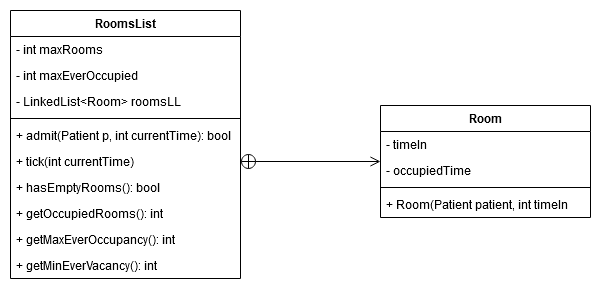
The draw.io diagram Docs/RoomList-UML.png in jack-mil/ER-Simulator, before a commit. Source tidied: cells renumbered, new cells last; positions are measured from the earlier drawing's top-left corner, leaving out a move shared by most shapes.
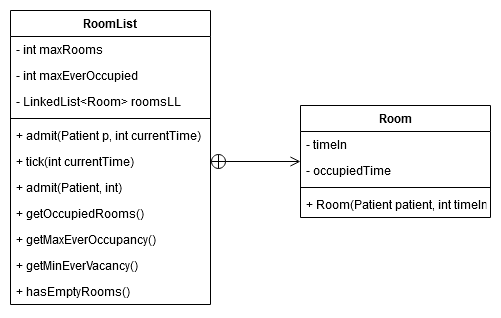
Later version of the same file.

Commit message:
fix UML typo

Change to the diagram source:
```diff
@@ -2,53 +2,56 @@
   <root>
     <mxCell id="0" />
     <mxCell id="1" parent="0" />
-    <mxCell id="2" value="RoomsList" style="swimlane;fontStyle=1;align=center;verticalAlign=top;horizontal=1;startSize=26;" parent="1" vertex="1">
-      <mxGeometry width="230" height="268" as="geometry" />
-    </mxCell>
+    <mxCell id="19" value="RoomList" style="swimlane;fontStyle=1;align=center;verticalAlign=top;horizontal=1;startSize=26;" parent="1" vertex="1">
+      <mxGeometry x="80" width="200" height="294" as="geometry" />
+    </mxCell>
-    <mxCell id="3" value="- int maxRooms" style="text;strokeColor=none;fillColor=none;align=left;verticalAlign=top;spacingLeft=4;spacingRight=4;overflow=hidden;" parent="2" vertex="1">
-      <mxGeometry y="26" width="230" height="26" as="geometry" />
+    <mxCell id="3" value="- int maxRooms" style="text;strokeColor=none;fillColor=none;align=left;verticalAlign=top;spacingLeft=4;spacingRight=4;overflow=hidden;" parent="19" vertex="1">
+      <mxGeometry y="26" width="200" height="26" as="geometry" />
     </mxCell>
-    <mxCell id="4" value="- int maxEverOccupied" style="text;strokeColor=none;fillColor=none;align=left;verticalAlign=top;spacingLeft=4;spacingRight=4;overflow=hidden;" parent="2" vertex="1">
-      <mxGeometry y="52" width="230" height="26" as="geometry" />
+    <mxCell id="4" value="- int maxEverOccupied" style="text;strokeColor=none;fillColor=none;align=left;verticalAlign=top;spacingLeft=4;spacingRight=4;overflow=hidden;" parent="19" vertex="1">
+      <mxGeometry y="52" width="200" height="26" as="geometry" />
     </mxCell>
-    <mxCell id="5" value="- LinkedList&lt;Room&gt; roomsLL" style="text;strokeColor=none;fillColor=none;align=left;verticalAlign=top;spacingLeft=4;spacingRight=4;overflow=hidden;" parent="2" vertex="1">
-      <mxGeometry y="78" width="230" height="26" as="geometry" />
+    <mxCell id="5" value="- LinkedList&lt;Room&gt; roomsLL" style="text;strokeColor=none;fillColor=none;align=left;verticalAlign=top;spacingLeft=4;spacingRight=4;overflow=hidden;" parent="19" vertex="1">
+      <mxGeometry y="78" width="200" height="26" as="geometry" />
     </mxCell>
-    <mxCell id="6" style="line;strokeWidth=1;fillColor=none;align=left;verticalAlign=middle;spacingTop=-1;spacingLeft=3;spacingRight=3;labelPosition=right;" parent="2" vertex="1">
-      <mxGeometry y="104" width="230" height="8" as="geometry" />
-    </mxCell>
-    <mxCell id="7" value="+ admit(Patient p, int currentTime): bool" style="text;strokeColor=none;fillColor=none;align=left;verticalAlign=top;spacingLeft=4;spacingRight=4;overflow=hidden;" parent="2" vertex="1">
-      <mxGeometry y="112" width="230" height="26" as="geometry" />
-    </mxCell>
+    <mxCell id="20" style="line;strokeWidth=1;fillColor=none;align=left;verticalAlign=middle;spacingTop=-1;spacingLeft=3;spacingRight=3;labelPosition=right;" parent="19" vertex="1">
+      <mxGeometry y="104" width="200" height="8" as="geometry" />
+    </mxCell>
+    <mxCell id="21" value="+ admit(Patient p, int currentTime)" style="text;strokeColor=none;fillColor=none;align=left;verticalAlign=top;spacingLeft=4;spacingRight=4;overflow=hidden;" parent="19" vertex="1">
+      <mxGeometry y="112" width="200" height="26" as="geometry" />
+    </mxCell>
-    <mxCell id="8" value="+ tick(int currentTime)" style="text;strokeColor=none;fillColor=none;align=left;verticalAlign=top;spacingLeft=4;spacingRight=4;overflow=hidden;points=[[0,0.5],[1,0.5]];portConstraint=eastwest;" parent="2" vertex="1">
-      <mxGeometry y="138" width="230" height="26" as="geometry" />
+    <mxCell id="8" value="+ tick(int currentTime)" style="text;strokeColor=none;fillColor=none;align=left;verticalAlign=top;spacingLeft=4;spacingRight=4;overflow=hidden;points=[[0,0.5],[1,0.5]];portConstraint=eastwest;" parent="19" vertex="1">
+      <mxGeometry y="138" width="200" height="26" as="geometry" />
     </mxCell>
-    <mxCell id="9" value="+ hasEmptyRooms(): bool" style="text;strokeColor=none;fillColor=none;align=left;verticalAlign=top;spacingLeft=4;spacingRight=4;overflow=hidden;" parent="2" vertex="1">
-      <mxGeometry y="164" width="230" height="26" as="geometry" />
-    </mxCell>
-    <mxCell id="10" value="+ getOccupiedRooms(): int" style="text;strokeColor=none;fillColor=none;align=left;verticalAlign=top;spacingLeft=4;spacingRight=4;overflow=hidden;" parent="2" vertex="1">
-      <mxGeometry y="190" width="230" height="26" as="geometry" />
-    </mxCell>
-    <mxCell id="11" value="+ getMaxEverOccupancy(): int" style="text;strokeColor=none;fillColor=none;align=left;verticalAlign=top;spacingLeft=4;spacingRight=4;overflow=hidden;" parent="2" vertex="1">
-      <mxGeometry y="216" width="230" height="26" as="geometry" />
-    </mxCell>
-    <mxCell id="12" value="+ getMinEverVacancy(): int" style="text;strokeColor=none;fillColor=none;align=left;verticalAlign=top;spacingLeft=4;spacingRight=4;overflow=hidden;" parent="2" vertex="1">
-      <mxGeometry y="242" width="230" height="26" as="geometry" />
-    </mxCell>
+    <mxCell id="22" value="+ admit(Patient, int)" style="text;strokeColor=none;fillColor=none;align=left;verticalAlign=top;spacingLeft=4;spacingRight=4;overflow=hidden;" parent="19" vertex="1">
+      <mxGeometry y="164" width="200" height="26" as="geometry" />
+    </mxCell>
+    <mxCell id="23" value="+ getOccupiedRooms()" style="text;strokeColor=none;fillColor=none;align=left;verticalAlign=top;spacingLeft=4;spacingRight=4;overflow=hidden;" parent="19" vertex="1">
+      <mxGeometry y="190" width="200" height="26" as="geometry" />
+    </mxCell>
+    <mxCell id="24" value="+ getMaxEverOccupancy()" style="text;strokeColor=none;fillColor=none;align=left;verticalAlign=top;spacingLeft=4;spacingRight=4;overflow=hidden;" parent="19" vertex="1">
+      <mxGeometry y="216" width="200" height="26" as="geometry" />
+    </mxCell>
+    <mxCell id="25" value="+ getMinEverVacancy()" style="text;strokeColor=none;fillColor=none;align=left;verticalAlign=top;spacingLeft=4;spacingRight=4;overflow=hidden;" parent="19" vertex="1">
+      <mxGeometry y="242" width="200" height="26" as="geometry" />
+    </mxCell>
+    <mxCell id="26" value="+ hasEmptyRooms()" style="text;strokeColor=none;fillColor=none;align=left;verticalAlign=top;spacingLeft=4;spacingRight=4;overflow=hidden;" parent="19" vertex="1">
+      <mxGeometry y="268" width="200" height="26" as="geometry" />
+    </mxCell>
     <mxCell id="13" value="Room" style="swimlane;fontStyle=1;align=center;verticalAlign=top;horizontal=1;startSize=26;" parent="1" vertex="1">
-      <mxGeometry x="370" y="95" width="210" height="112" as="geometry" />
+      <mxGeometry x="370" y="95" width="190" height="112" as="geometry" />
     </mxCell>
     <mxCell id="14" value="- timeIn" style="text;strokeColor=none;fillColor=none;align=left;verticalAlign=top;spacingLeft=4;spacingRight=4;overflow=hidden;" parent="13" vertex="1">
-      <mxGeometry y="26" width="210" height="26" as="geometry" />
+      <mxGeometry y="26" width="190" height="26" as="geometry" />
     </mxCell>
     <mxCell id="15" value="- occupiedTime" style="text;strokeColor=none;fillColor=none;align=left;verticalAlign=top;spacingLeft=4;spacingRight=4;overflow=hidden;" parent="13" vertex="1">
-      <mxGeometry y="52" width="210" height="26" as="geometry" />
+      <mxGeometry y="52" width="190" height="26" as="geometry" />
     </mxCell>
-    <mxCell id="16" style="line;strokeWidth=1;fillColor=none;align=left;verticalAlign=middle;spacingTop=-1;spacingLeft=3;spacingRight=3;labelPosition=right;" parent="13" vertex="1">
-      <mxGeometry y="78" width="210" height="8" as="geometry" />
-    </mxCell>
+    <mxCell id="27" style="line;strokeWidth=1;fillColor=none;align=left;verticalAlign=middle;spacingTop=-1;spacingLeft=3;spacingRight=3;labelPosition=right;" parent="13" vertex="1">
+      <mxGeometry y="78" width="190" height="8" as="geometry" />
+    </mxCell>
     <mxCell id="17" value="+ Room(Patient patient, int timeIn" style="text;strokeColor=none;fillColor=none;align=left;verticalAlign=top;spacingLeft=4;spacingRight=4;overflow=hidden;" parent="13" vertex="1">
-      <mxGeometry y="86" width="210" height="26" as="geometry" />
+      <mxGeometry y="86" width="190" height="26" as="geometry" />
     </mxCell>
     <mxCell id="18" style="endArrow=open;startArrow=circlePlus;endFill=0;startFill=0;endSize=8;html=1;entryX=0;entryY=0.5;entryDx=0;entryDy=0;exitX=1;exitY=0.5;exitDx=0;exitDy=0;" parent="1" edge="1" source="8" target="13">
       <mxGeometry relative="1" as="geometry" />
```
